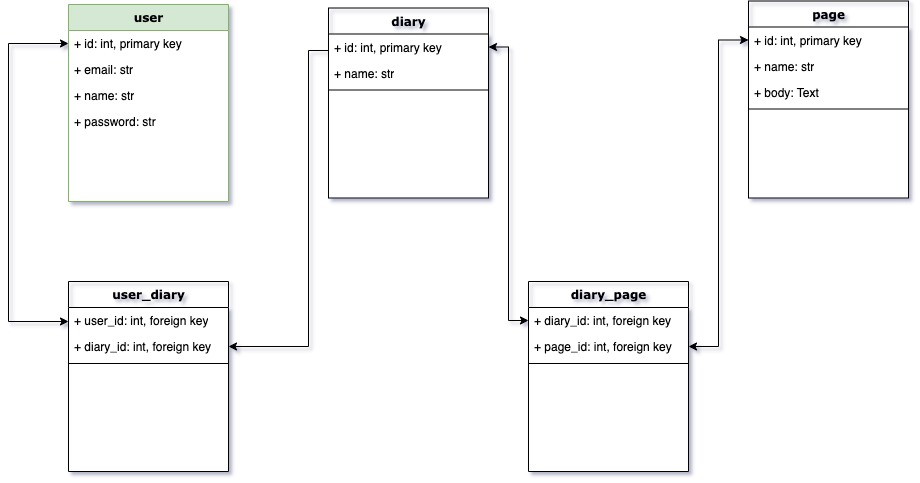
Above: ТЗ/db.png in MAX1T1A/Diary-Service (draw.io), before the change. Source tidied: cells renumbered, new cells last; positions are measured from the earlier drawing's top-left corner, leaving out a move shared by most shapes.
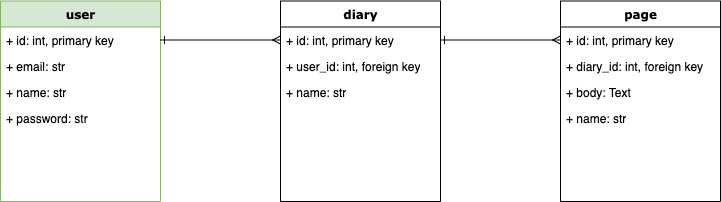
The same file after the commit.

Change to the diagram source:
```diff
@@ -3,7 +3,7 @@
     <mxCell id="0" />
     <mxCell id="1" parent="0" />
     <mxCell id="2" value="user" style="swimlane;html=1;fontStyle=1;align=center;verticalAlign=top;horizontal=1;startSize=26;swimlaneFillColor=#ffffff;rounded=0;shadow=0;comic=0;labelBackgroundColor=none;strokeWidth=1;fillColor=#d5e8d4;fontFamily=Verdana;fontSize=12;strokeColor=#82b366;" parent="1" vertex="1">
-      <mxGeometry x="60" y="3" width="160" height="197" as="geometry" />
+      <mxGeometry x="60" y="-0.5" width="160" height="200.5" as="geometry" />
     </mxCell>
     <mxCell id="3" value="+ id: int, primary key" style="text;html=1;strokeColor=none;fillColor=none;align=left;verticalAlign=top;spacingLeft=4;spacingRight=4;whiteSpace=wrap;overflow=hidden;points=[[0,0.5],[1,0.5]];portConstraint=eastwest;" parent="2" vertex="1">
       <mxGeometry y="26" width="160" height="26" as="geometry" />
@@ -17,80 +17,38 @@
     <mxCell id="6" value="+ password: str" style="text;html=1;strokeColor=none;fillColor=none;align=left;verticalAlign=top;spacingLeft=4;spacingRight=4;whiteSpace=wrap;overflow=hidden;" parent="2" vertex="1">
       <mxGeometry y="104" width="160" height="26" as="geometry" />
     </mxCell>
-    <mxCell id="7" style="edgeStyle=orthogonalEdgeStyle;rounded=0;jettySize=auto;html=1;entryX=1;entryY=0.5;entryDx=0;entryDy=0;strokeWidth=1;fontSize=18;startArrow=none;startFill=0;endArrow=classic;endFill=1;exitX=0;exitY=0.5;exitDx=0;exitDy=0;" parent="1" edge="1" source="9" target="19">
-      <mxGeometry relative="1" as="geometry">
-        <Array as="points">
-          <mxPoint x="300" y="49" />
-          <mxPoint x="300" y="345" />
-        </Array>
-      </mxGeometry>
-    </mxCell>
     <mxCell id="8" value="diary" style="swimlane;html=1;fontStyle=1;align=center;verticalAlign=top;horizontal=1;startSize=26;swimlaneFillColor=#ffffff;rounded=0;shadow=0;comic=0;labelBackgroundColor=none;strokeWidth=1;fillColor=none;fontFamily=Verdana;fontSize=12;" parent="1" vertex="1">
-      <mxGeometry x="320" y="6.5" width="160" height="190" as="geometry" />
+      <mxGeometry x="340" y="-0.5" width="160" height="200.5" as="geometry" />
     </mxCell>
     <mxCell id="9" value="+ id: int, primary key" style="text;html=1;strokeColor=none;fillColor=none;align=left;verticalAlign=top;spacingLeft=4;spacingRight=4;whiteSpace=wrap;overflow=hidden;points=[[0,0.5],[1,0.5]];portConstraint=eastwest;" parent="8" vertex="1">
       <mxGeometry y="26" width="160" height="26" as="geometry" />
     </mxCell>
-    <mxCell id="10" value="+ name: str" style="text;html=1;strokeColor=none;fillColor=none;align=left;verticalAlign=top;spacingLeft=4;spacingRight=4;whiteSpace=wrap;overflow=hidden;" parent="8" vertex="1">
+    <mxCell id="10" value="+ user_id: int, foreign key" style="text;html=1;strokeColor=none;fillColor=none;align=left;verticalAlign=top;spacingLeft=4;spacingRight=4;whiteSpace=wrap;overflow=hidden;" parent="8" vertex="1">
       <mxGeometry y="52" width="160" height="26" as="geometry" />
     </mxCell>
-    <mxCell id="11" style="line;html=1;strokeWidth=1;fillColor=none;align=left;verticalAlign=middle;spacingTop=-1;spacingLeft=3;spacingRight=3;labelPosition=right;" parent="8" vertex="1">
-      <mxGeometry y="78" width="160" height="8" as="geometry" />
-    </mxCell>
+    <mxCell id="28" value="+ name: str" style="text;html=1;strokeColor=none;fillColor=none;align=left;verticalAlign=top;spacingLeft=4;spacingRight=4;whiteSpace=wrap;overflow=hidden;" parent="8" vertex="1">
+      <mxGeometry y="78" width="160" height="26" as="geometry" />
+    </mxCell>
     <mxCell id="12" value="page" style="swimlane;html=1;fontStyle=1;align=center;verticalAlign=top;horizontal=1;startSize=26;swimlaneFillColor=#ffffff;rounded=0;shadow=0;comic=0;labelBackgroundColor=none;strokeWidth=1;fillColor=none;fontFamily=Verdana;fontSize=12;" parent="1" vertex="1">
-      <mxGeometry x="740" y="-0.5" width="160" height="197" as="geometry" />
+      <mxGeometry x="620" y="-0.5" width="160" height="200.5" as="geometry" />
     </mxCell>
     <mxCell id="13" value="+ id: int, primary key" style="text;html=1;strokeColor=none;fillColor=none;align=left;verticalAlign=top;spacingLeft=4;spacingRight=4;whiteSpace=wrap;overflow=hidden;points=[[0,0.5],[1,0.5]];portConstraint=eastwest;" parent="12" vertex="1">
       <mxGeometry y="26" width="160" height="26" as="geometry" />
     </mxCell>
-    <mxCell id="14" value="+ name: str" style="text;html=1;strokeColor=none;fillColor=none;align=left;verticalAlign=top;spacingLeft=4;spacingRight=4;whiteSpace=wrap;overflow=hidden;" parent="12" vertex="1">
+    <mxCell id="14" value="+ diary_id: int, foreign key" style="text;html=1;strokeColor=none;fillColor=none;align=left;verticalAlign=top;spacingLeft=4;spacingRight=4;whiteSpace=wrap;overflow=hidden;" parent="12" vertex="1">
       <mxGeometry y="52" width="160" height="26" as="geometry" />
     </mxCell>
     <mxCell id="15" value="+ body: Text" style="text;html=1;strokeColor=none;fillColor=none;align=left;verticalAlign=top;spacingLeft=4;spacingRight=4;whiteSpace=wrap;overflow=hidden;" parent="12" vertex="1">
       <mxGeometry y="78" width="160" height="26" as="geometry" />
     </mxCell>
-    <mxCell id="16" style="line;html=1;strokeWidth=1;fillColor=none;align=left;verticalAlign=middle;spacingTop=-1;spacingLeft=3;spacingRight=3;labelPosition=right;" parent="12" vertex="1">
-      <mxGeometry y="104" width="160" height="8" as="geometry" />
-    </mxCell>
-    <mxCell id="17" value="user_diary" style="swimlane;html=1;fontStyle=1;align=center;verticalAlign=top;horizontal=1;startSize=26;swimlaneFillColor=#ffffff;rounded=0;shadow=0;comic=0;labelBackgroundColor=none;strokeWidth=1;fillColor=none;fontFamily=Verdana;fontSize=12;" parent="1" vertex="1">
-      <mxGeometry x="60" y="280" width="160" height="190" as="geometry" />
-    </mxCell>
-    <mxCell id="18" value="+ user_id: int, foreign key" style="text;html=1;strokeColor=none;fillColor=none;align=left;verticalAlign=top;spacingLeft=4;spacingRight=4;whiteSpace=wrap;overflow=hidden;points=[[0,0.5],[1,0.5]];portConstraint=eastwest;" parent="17" vertex="1">
-      <mxGeometry y="26" width="160" height="26" as="geometry" />
-    </mxCell>
-    <mxCell id="19" value="+ diary_id: int, foreign key" style="text;html=1;strokeColor=none;fillColor=none;align=left;verticalAlign=top;spacingLeft=4;spacingRight=4;whiteSpace=wrap;overflow=hidden;points=[[0,0.5],[1,0.5]];portConstraint=eastwest;" parent="17" vertex="1">
-      <mxGeometry y="52" width="160" height="26" as="geometry" />
-    </mxCell>
-    <mxCell id="20" style="line;html=1;strokeWidth=1;fillColor=none;align=left;verticalAlign=middle;spacingTop=-1;spacingLeft=3;spacingRight=3;labelPosition=right;" parent="17" vertex="1">
-      <mxGeometry y="78" width="160" height="8" as="geometry" />
-    </mxCell>
-    <mxCell id="21" value="diary_page" style="swimlane;html=1;fontStyle=1;align=center;verticalAlign=top;horizontal=1;startSize=26;swimlaneFillColor=#ffffff;rounded=0;shadow=0;comic=0;labelBackgroundColor=none;strokeWidth=1;fillColor=none;fontFamily=Verdana;fontSize=12;" parent="1" vertex="1">
-      <mxGeometry x="520" y="280" width="160" height="190" as="geometry" />
-    </mxCell>
-    <mxCell id="22" value="+ diary_id: int, foreign key" style="text;html=1;strokeColor=none;fillColor=none;align=left;verticalAlign=top;spacingLeft=4;spacingRight=4;whiteSpace=wrap;overflow=hidden;points=[[0,0.5],[1,0.5]];portConstraint=eastwest;" parent="21" vertex="1">
-      <mxGeometry y="26" width="160" height="26" as="geometry" />
-    </mxCell>
-    <mxCell id="23" value="+ page_id: int, foreign key" style="text;html=1;strokeColor=none;fillColor=none;align=left;verticalAlign=top;spacingLeft=4;spacingRight=4;whiteSpace=wrap;overflow=hidden;points=[[0,0.5],[1,0.5]];portConstraint=eastwest;" parent="21" vertex="1">
-      <mxGeometry y="52" width="160" height="26" as="geometry" />
-    </mxCell>
-    <mxCell id="24" style="line;html=1;strokeWidth=1;fillColor=none;align=left;verticalAlign=middle;spacingTop=-1;spacingLeft=3;spacingRight=3;labelPosition=right;" parent="21" vertex="1">
-      <mxGeometry y="78" width="160" height="8" as="geometry" />
-    </mxCell>
-    <mxCell id="25" style="edgeStyle=orthogonalEdgeStyle;rounded=0;jettySize=auto;html=1;strokeWidth=1;fontSize=18;startArrow=classic;startFill=1;endArrow=classic;endFill=1;" parent="1" edge="1" source="3" target="18">
-      <mxGeometry relative="1" as="geometry">
-        <Array as="points">
-          <mxPoint y="42" />
-          <mxPoint y="320" />
-          <mxPoint x="180" y="320" />
-          <mxPoint x="180" y="319" />
-        </Array>
-      </mxGeometry>
-    </mxCell>
-    <mxCell id="26" style="edgeStyle=orthogonalEdgeStyle;rounded=0;jettySize=auto;html=1;strokeWidth=1;fontSize=18;startArrow=classic;startFill=1;endArrow=classic;endFill=1;" parent="1" edge="1" source="9" target="22">
-      <mxGeometry relative="1" as="geometry" />
-    </mxCell>
-    <mxCell id="27" style="edgeStyle=orthogonalEdgeStyle;rounded=0;jettySize=auto;html=1;entryX=1;entryY=0.5;entryDx=0;entryDy=0;strokeWidth=1;fontSize=18;startArrow=classic;startFill=1;endArrow=classic;endFill=1;" parent="1" edge="1" source="13" target="23">
-      <mxGeometry relative="1" as="geometry" />
-    </mxCell>
+    <mxCell id="29" value="+ name: str" style="text;html=1;strokeColor=none;fillColor=none;align=left;verticalAlign=top;spacingLeft=4;spacingRight=4;whiteSpace=wrap;overflow=hidden;" parent="12" vertex="1">
+      <mxGeometry y="104" width="160" height="26" as="geometry" />
+    </mxCell>
+    <mxCell id="30" style="edgeStyle=orthogonalEdgeStyle;rounded=0;jettySize=auto;html=1;entryX=0;entryY=0.5;entryDx=0;entryDy=0;endArrow=ERmany;endFill=0;startArrow=ERone;startFill=0;" parent="1" edge="1" source="3" target="9">
+      <mxGeometry relative="1" as="geometry" />
+    </mxCell>
+    <mxCell id="31" style="edgeStyle=orthogonalEdgeStyle;rounded=0;jettySize=auto;html=1;entryX=0;entryY=0.5;entryDx=0;entryDy=0;startArrow=ERone;startFill=0;endArrow=ERmany;endFill=0;" parent="1" edge="1" source="9" target="13">
+      <mxGeometry relative="1" as="geometry" />
+    </mxCell>
   </root>
 </mxGraphModel>
```
